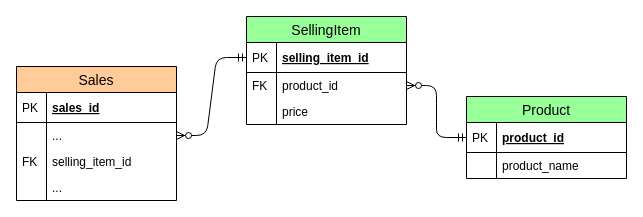
Before: dw/ass2/alternative-price-attr.drawio in nanoix9/2019Papers, a draw.io diagram. Source tidied: cells renumbered, new cells numbered last; positions are measured from the earlier drawing's top-left corner, leaving out a move shared by most shapes. Both pictures are drawn from the tidied source at 100%, with x=0, y=0 at pixel (16, 16).
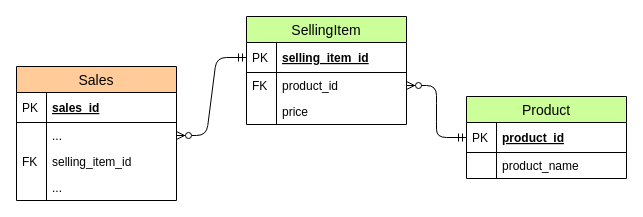
The same diagram, later.

The edit, as a diff of the source:
```diff
@@
-    <mxCell id="12" value="SellingItem" style="swimlane;fontStyle=0;horizontal=1;startSize=26;align=center;fontSize=14;fillColor=#99FF99;fontFamily=Helvetica;" parent="1" vertex="1">
+    <mxCell id="12" value="SellingItem" style="swimlane;fontStyle=0;horizontal=1;startSize=26;align=center;fontSize=14;fillColor=#CCFF99;fontFamily=Helvetica;" parent="1" vertex="1">
       <mxGeometry x="230" width="160" height="108" as="geometry" />
     </mxCell>
@@
-    <mxCell id="19" value="Product" style="swimlane;fontStyle=0;horizontal=1;startSize=26;align=center;fontSize=14;fillColor=#99FF99;fontFamily=Helvetica;" parent="1" vertex="1">
+    <mxCell id="19" value="Product" style="swimlane;fontStyle=0;horizontal=1;startSize=26;align=center;fontSize=14;fillColor=#CCFF99;fontFamily=Helvetica;" parent="1" vertex="1">
       <mxGeometry x="450" y="80" width="160" height="82" as="geometry" />
     </mxCell>
```
